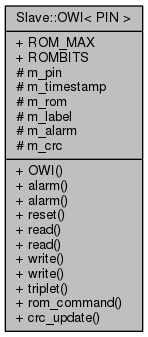
This is Arduino-OWI/d9/de1/classSlave_1_1OWI__coll__graph.png from mikaelpatel/mikaelpatel.github.io, a Graphviz export, as it was before one commit. Its source is kept beside it as Arduino-OWI/d9/de1/classSlave_1_1OWI__coll__graph.dot.
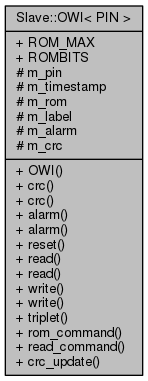
After the commit.

Diff of the diagram source:
```diff
@@ -2,5 +2,5 @@
 {
   edge [fontname="Helvetica",fontsize="10",labelfontname="Helvetica",labelfontsize="10"];
   node [fontname="Helvetica",fontsize="10",shape=record];
-  Node1 [label="{Slave::OWI\< PIN \>\n|+ ROM_MAX\l+ ROMBITS\l# m_pin\l# m_timestamp\l# m_rom\l# m_label\l# m_alarm\l# m_crc\l|+ OWI()\l+ alarm()\l+ alarm()\l+ reset()\l+ read()\l+ read()\l+ write()\l+ write()\l+ triplet()\l+ rom_command()\l+ crc_update()\l}",height=0.2,width=0.4,color="black", fillcolor="grey75", style="filled", fontcolor="black"];
+  Node1 [label="{Slave::OWI\< PIN \>\n|+ ROM_MAX\l+ ROMBITS\l# m_pin\l# m_timestamp\l# m_rom\l# m_label\l# m_alarm\l# m_crc\l|+ OWI()\l+ crc()\l+ crc()\l+ alarm()\l+ alarm()\l+ reset()\l+ read()\l+ read()\l+ write()\l+ write()\l+ triplet()\l+ rom_command()\l+ read_command()\l+ crc_update()\l}",height=0.2,width=0.4,color="black", fillcolor="grey75", style="filled", fontcolor="black"];
 }
```
